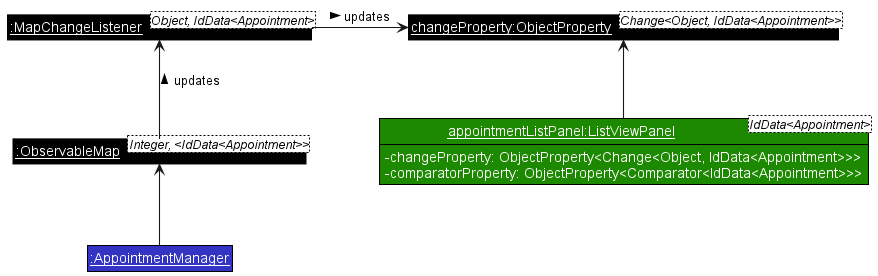
Above: docs/images/UiListViewPanelApptObjectDiagram.png in nus-cs2103-AY2223S2/tp (PlantUML), before the change.
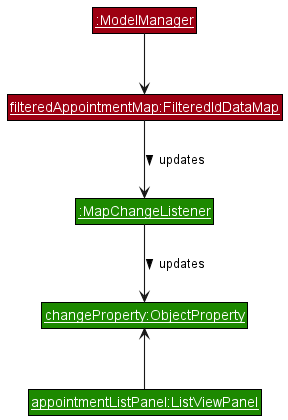
The same file after the commit.

The edit, as a diff of the source:
```diff
@@ -17,23 +17,19 @@
     }
 </style>
 
-Class "<u>appointmentListPanel:ListViewPanel</u><IdData<Appointment>>" as ListViewPanel UI_COLOR {
-    -changeProperty: ObjectProperty<Change<Object, IdData<Appointment>>>
-    -comparatorProperty: ObjectProperty<Comparator<IdData<Appointment>>>
-}
-show ListViewPanel fields
-Class "<u>changeProperty:ObjectProperty</u><Change<Object, IdData<Appointment>>>" as ChangeProperty #000000
+Class "<u>appointmentListPanel:ListViewPanel</u>" as ListViewPanel UI_COLOR
+Class "<u>changeProperty:ObjectProperty</u>" as ChangeProperty UI_COLOR
 
-Class "<u>:MapChangeListener</u><Object, IdData<Appointment>>" as MapChangeListener #000000
-Class "<u>:ObservableMap</u><Integer, <IdData<Appointment>>>" as ObservableMap #000000
-Class "<u>:AppointmentManager</u>" as AppointmentManager LOGIC_COLOR
+Class "<u>:MapChangeListener</u>" as MapChangeListener UI_COLOR
+Class "<u>filteredAppointmentMap:FilteredIdDataMap</u>" as FilteredIdDataMap MODEL_COLOR
+Class "<u>:ModelManager</u>" as ModelManager MODEL_COLOR
 
 ListViewPanel -up-> ChangeProperty
 
-MapChangeListener -> ChangeProperty : updates >
+MapChangeListener -down-> ChangeProperty : updates >
 
-ObservableMap -up-> MapChangeListener : updates >
+FilteredIdDataMap -down-> MapChangeListener : updates >
 
-AppointmentManager -up-> ObservableMap
+ModelManager -down-> FilteredIdDataMap
 
 @enduml
```
